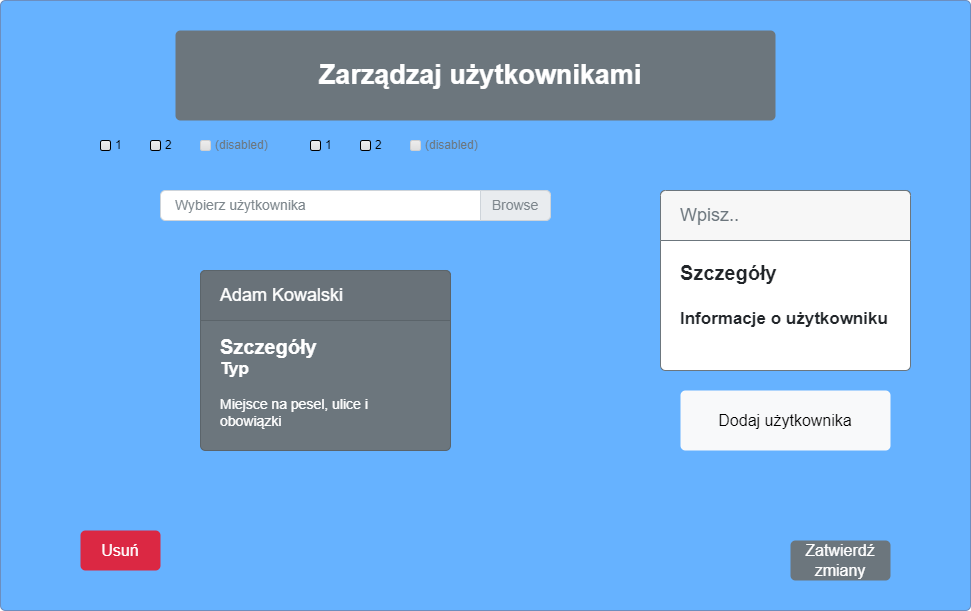
The draw.io diagram Diagramy/InterfejsUzytkownicy.drawio.png in Karczykowski/Psi, before a commit. Source tidied: cells renumbered, new cells last; positions are measured from the earlier drawing's top-left corner, leaving out a move shared by most shapes.
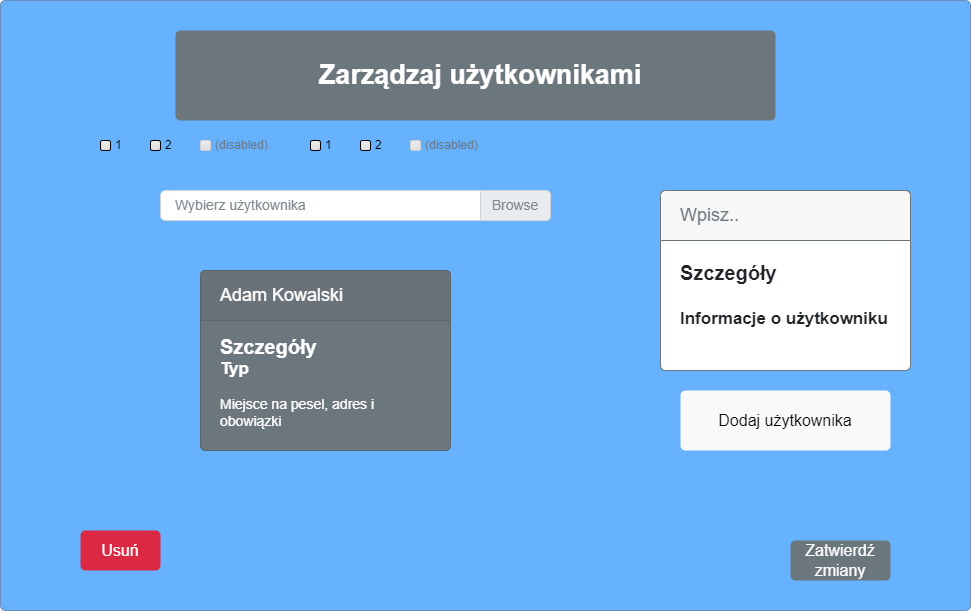
After the change.

What changed in the source:
```diff
@@ -40,7 +40,7 @@
     <mxCell id="13" value="Usuń" style="html=1;shadow=0;dashed=0;shape=mxgraph.bootstrap.rrect;rSize=5;strokeColor=none;strokeWidth=1;fillColor=#DB2843;fontColor=#FFFFFF;whiteSpace=wrap;align=center;verticalAlign=middle;spacingLeft=0;fontStyle=0;fontSize=16;spacing=5;" parent="1" vertex="1">
       <mxGeometry x="80" y="530" width="80" height="40" as="geometry" />
     </mxCell>
-    <mxCell id="14" value="&lt;b&gt;&lt;font style=&quot;font-size: 20px&quot;&gt;Szczegóły&lt;/font&gt;&lt;/b&gt;&lt;div&gt;&lt;b style=&quot;&quot;&gt;&lt;font style=&quot;font-size: 17px;&quot;&gt;Typ&lt;/font&gt;&lt;br style=&quot;&quot;&gt;&lt;/b&gt;&lt;br style=&quot;font-size: 14px&quot;&gt;Miejsce na pesel, ulice i obowiązki&lt;/div&gt;" style="html=1;shadow=0;dashed=0;shape=mxgraph.bootstrap.rrect;rSize=5;strokeColor=#5B646A;html=1;whiteSpace=wrap;fillColor=#6C767D;fontColor=#ffffff;verticalAlign=bottom;align=left;spacing=20;spacingBottom=0;fontSize=14;" parent="1" vertex="1">
+    <mxCell id="14" value="&lt;b&gt;&lt;font style=&quot;font-size: 20px&quot;&gt;Szczegóły&lt;/font&gt;&lt;/b&gt;&lt;div&gt;&lt;b style=&quot;&quot;&gt;&lt;font style=&quot;font-size: 17px;&quot;&gt;Typ&lt;/font&gt;&lt;br style=&quot;&quot;&gt;&lt;/b&gt;&lt;br style=&quot;font-size: 14px&quot;&gt;Miejsce na pesel, adres i obowiązki&lt;/div&gt;" style="html=1;shadow=0;dashed=0;shape=mxgraph.bootstrap.rrect;rSize=5;strokeColor=#5B646A;html=1;whiteSpace=wrap;fillColor=#6C767D;fontColor=#ffffff;verticalAlign=bottom;align=left;spacing=20;spacingBottom=0;fontSize=14;" parent="1" vertex="1">
       <mxGeometry x="200" y="270" width="250" height="180" as="geometry" />
     </mxCell>
     <mxCell id="15" value="Adam Kowalski" style="html=1;shadow=0;dashed=0;shape=mxgraph.bootstrap.topButton;rSize=5;perimeter=none;whiteSpace=wrap;fillColor=#697279;strokeColor=#5B646A;fontColor=#ffffff;fontSize=18;align=left;spacing=20;" parent="14" vertex="1">
```
